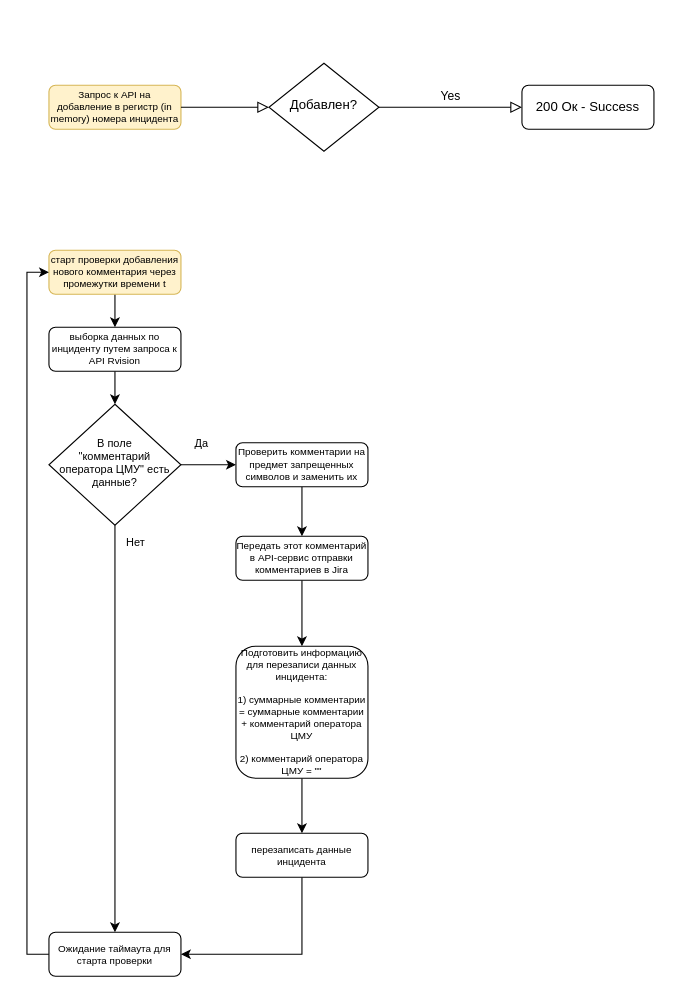
The draw.io diagram Flowchart.drawio in columbworkshop/rvision, before the edit. Source tidied: cells renumbered, new cells numbered last; positions are measured from the earlier drawing's top-left corner, leaving out a move shared by most shapes. Both pictures are drawn from the tidied source at 110%, with x=0, y=0 at pixel (26, 63).
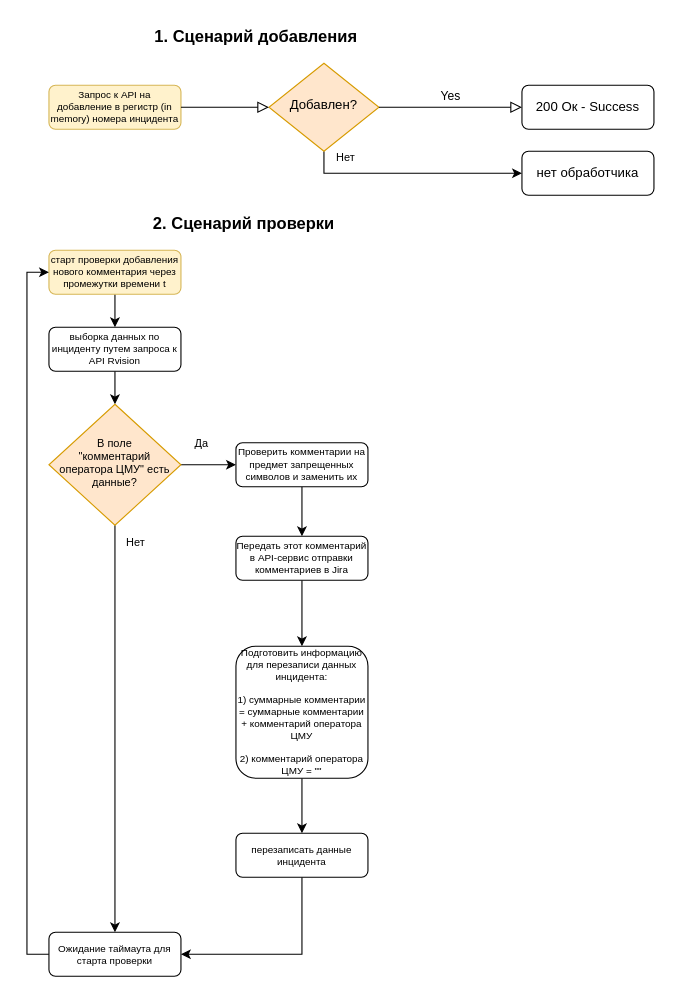
The same page after the edit.

What changed in the source:
```diff
@@
+    <mxCell id="26" style="edgeStyle=orthogonalEdgeStyle;rounded=0;jettySize=auto;html=1;entryX=0;entryY=0.5;entryDx=0;entryDy=0;labelBackgroundColor=default;fontSize=15;fontColor=default;strokeColor=default;" parent="1" edge="1" source="3" target="29">
+      <mxGeometry relative="1" as="geometry">
+        <Array as="points">
+          <mxPoint x="270" y="100" />
+        </Array>
+      </mxGeometry>
+    </mxCell>
-    <mxCell id="3" value="Добавлен?" style="rhombus;whiteSpace=wrap;html=1;shadow=0;fontFamily=Helvetica;fontSize=12;align=center;strokeWidth=1;spacing=6;spacingTop=-4;fillColor=default;strokeColor=default;fontColor=default;" parent="1" vertex="1">
+    <mxCell id="3" value="Добавлен?" style="rhombus;whiteSpace=wrap;html=1;shadow=0;fontFamily=Helvetica;fontSize=12;align=center;strokeWidth=1;spacing=6;spacingTop=-4;fillColor=#ffe6cc;strokeColor=#d79b00;fontColor=default;" parent="1" vertex="1">
       <mxGeometry x="220" width="100" height="80" as="geometry" />
     </mxCell>
@@
-    <mxCell id="13" value="В поле &lt;br&gt;&quot;комментарий оператора ЦМУ&quot; есть данные?" style="rhombus;whiteSpace=wrap;html=1;shadow=0;fontFamily=Helvetica;fontSize=10;align=center;strokeWidth=1;spacing=6;spacingTop=-4;fillColor=default;strokeColor=default;fontColor=default;" parent="1" vertex="1">
+    <mxCell id="13" value="В поле &lt;br&gt;&quot;комментарий оператора ЦМУ&quot; есть данные?" style="rhombus;whiteSpace=wrap;html=1;shadow=0;fontFamily=Helvetica;fontSize=10;align=center;strokeWidth=1;spacing=6;spacingTop=-4;fillColor=#ffe6cc;strokeColor=#d79b00;fontColor=default;" parent="1" vertex="1">
       <mxGeometry x="20" y="310" width="120" height="110" as="geometry" />
     </mxCell>
@@
+    <mxCell id="27" value="2. Сценарий проверки&amp;nbsp;" style="text;html=1;strokeColor=none;fillColor=none;align=center;verticalAlign=middle;whiteSpace=wrap;rounded=0;fontSize=15;fontColor=default;fontStyle=1;" parent="1" vertex="1">
+      <mxGeometry x="9" y="130" width="381" height="30" as="geometry" />
+    </mxCell>
+    <mxCell id="28" value="1. Сценарий добавления&amp;nbsp;" style="text;html=1;strokeColor=none;fillColor=none;align=center;verticalAlign=middle;whiteSpace=wrap;rounded=0;fontSize=15;fontColor=default;fontStyle=1;" parent="1" vertex="1">
+      <mxGeometry x="20" y="-40" width="381" height="30" as="geometry" />
+    </mxCell>
+    <mxCell id="29" value="нет обработчика" style="rounded=1;whiteSpace=wrap;html=1;fontSize=12;glass=0;strokeWidth=1;shadow=0;fillColor=default;strokeColor=default;fontColor=default;" parent="1" vertex="1">
+      <mxGeometry x="450" y="80" width="120" height="40" as="geometry" />
+    </mxCell>
+    <mxCell id="30" value="Нет" style="text;html=1;strokeColor=none;fillColor=none;align=center;verticalAlign=middle;whiteSpace=wrap;rounded=0;fontSize=10;fontColor=default;" parent="1" vertex="1">
+      <mxGeometry x="260" y="70" width="60" height="30" as="geometry" />
+    </mxCell>
```
